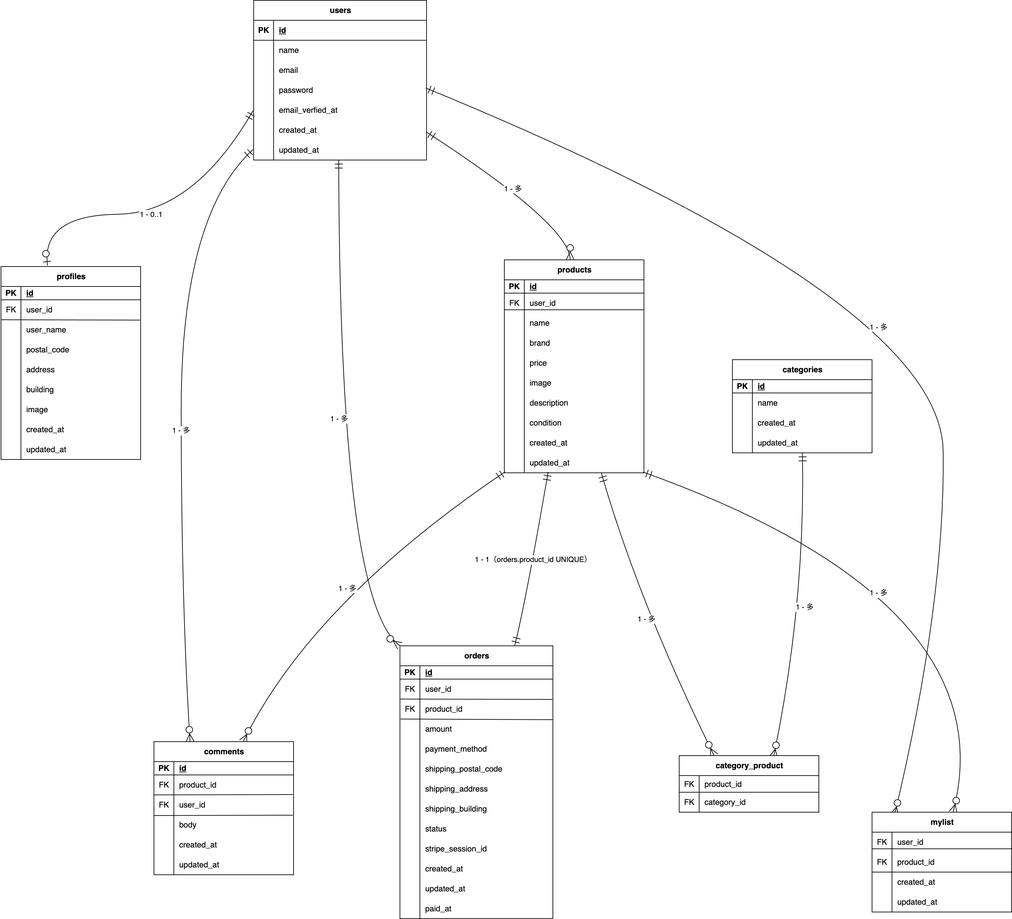
This is er.png from komanoakari/Practice-Project1, a draw.io export, as it was before one commit. Source tidied: cells renumbered, new cells last; positions are measured from the earlier drawing's top-left corner, leaving out a move shared by most shapes.
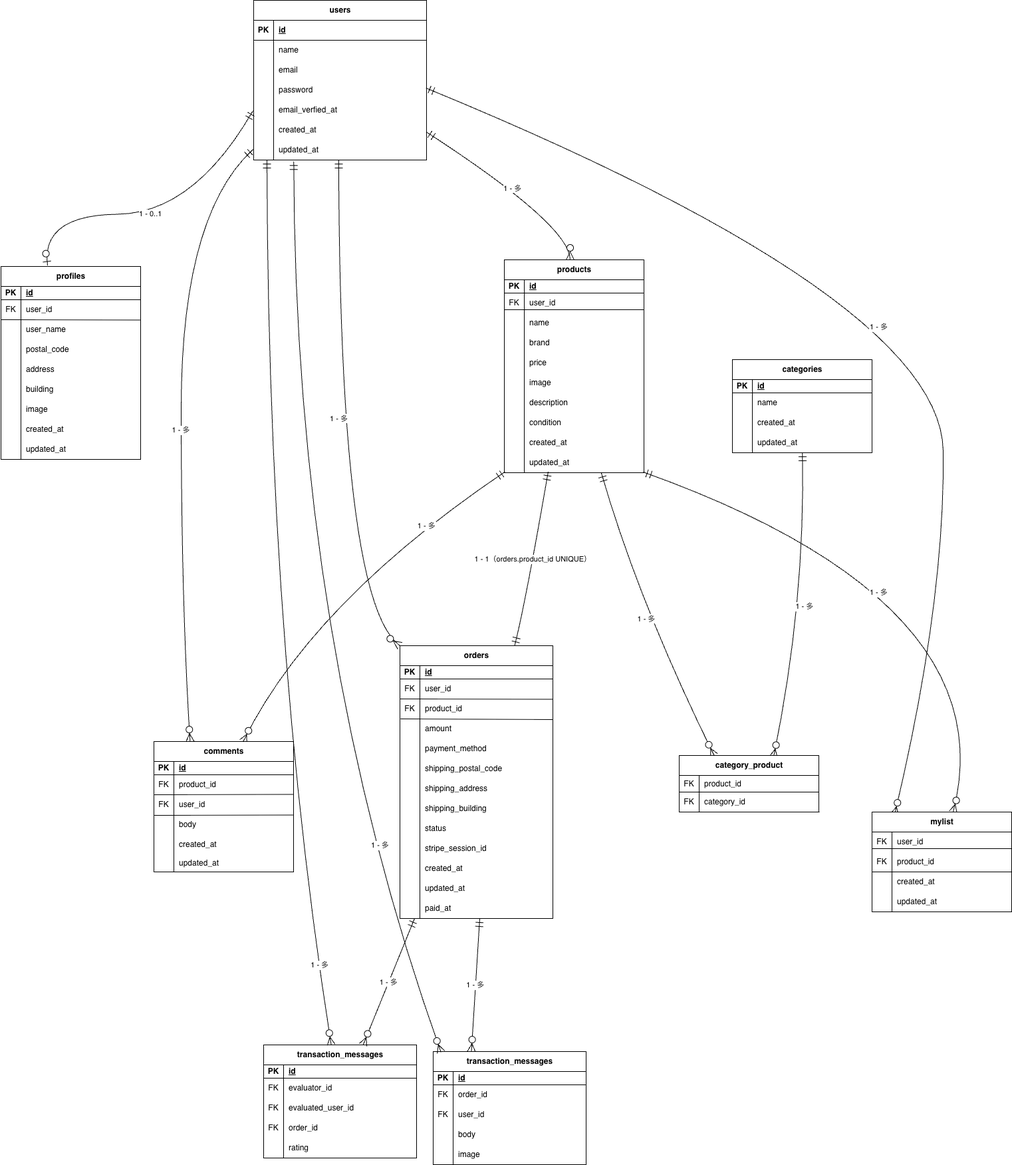
Above is the later version.

Change to the diagram source:
```diff
@@ -47,11 +47,12 @@
       </mxGeometry>
     </mxCell>
     <mxCell id="7" value="1 - 多" style="curved=1;startArrow=ERmandOne;startSize=10;endArrow=ERzeroToMany;endSize=10;exitX=0.005;exitY=0.95;entryX=0.83;entryY=0;rounded=0;exitDx=0;exitDy=0;exitPerimeter=0;" parent="1" edge="1" source="62">
-      <mxGeometry x="0.01" y="12" relative="1" as="geometry">
+      <mxGeometry x="-0.51" y="1" relative="1" as="geometry">
         <mxPoint x="364.3" y="1114" as="targetPoint" />
         <Array as="points">
           <mxPoint x="467" y="905" />
         </Array>
+        <mxPoint x="1" as="offset" />
       </mxGeometry>
     </mxCell>
     <mxCell id="8" value="1 - 1（orders.product_id UNIQUE）" style="curved=1;startArrow=ERmandOne;startSize=10;endArrow=ERmandOne;endSize=10;exitX=0.314;exitY=0.95;entryX=0.75;entryY=0;rounded=0;exitDx=0;exitDy=0;exitPerimeter=0;entryDx=0;entryDy=0;" parent="1" edge="1" source="62" target="90">
@@ -450,7 +451,7 @@
       </mxGeometry>
     </mxCell>
     <mxCell id="132" value="comments" style="shape=table;startSize=30;rowLines=0;fontStyle=1;align=center;html=1;" parent="1" vertex="1">
-      <mxGeometry x="230" y="1114" width="210" height="200" as="geometry" />
+      <mxGeometry x="230" y="1114" width="210" height="196" as="geometry" />
     </mxCell>
     <mxCell id="133" style="shape=tableRow;horizontal=0;startSize=0;swimlaneHead=0;swimlaneBody=0;fillColor=none;top=0;left=0;right=0;bottom=1;" parent="132" vertex="1">
       <mxGeometry y="30" width="210" height="20" as="geometry" />
@@ -498,13 +499,13 @@
       <mxGeometry x="30" width="180" height="30" as="geometry" />
     </mxCell>
     <mxCell id="148" style="shape=tableRow;horizontal=0;startSize=0;swimlaneHead=0;swimlaneBody=0;fillColor=none;top=0;left=0;right=0;bottom=0;" parent="132" vertex="1">
-      <mxGeometry y="170" width="210" height="30" as="geometry" />
+      <mxGeometry y="170" width="210" height="26" as="geometry" />
     </mxCell>
     <mxCell id="149" style="shape=partialRectangle;fillColor=none;top=0;left=0;bottom=0;right=0;overflow=hidden;whiteSpace=wrap;html=1;" parent="148" vertex="1">
-      <mxGeometry width="30" height="30" as="geometry" />
+      <mxGeometry width="30" height="26" as="geometry" />
     </mxCell>
     <mxCell id="150" value="updated_at" style="shape=partialRectangle;fillColor=none;top=0;left=0;bottom=0;right=0;align=left;spacingLeft=6;overflow=hidden;whiteSpace=wrap;html=1;" parent="148" vertex="1">
-      <mxGeometry x="30" width="180" height="30" as="geometry" />
+      <mxGeometry x="30" width="180" height="26" as="geometry" />
     </mxCell>
     <mxCell id="151" style="endArrow=none;html=1;rounded=0;entryX=0.995;entryY=0.183;entryDx=0;entryDy=0;entryPerimeter=0;" parent="1" edge="1">
       <mxGeometry relative="1" as="geometry">
@@ -646,5 +647,126 @@
     <mxCell id="194" value="updated_at" style="shape=partialRectangle;fillColor=none;top=0;left=0;bottom=0;right=0;align=left;spacingLeft=6;overflow=hidden;whiteSpace=wrap;html=1;" parent="192" vertex="1">
       <mxGeometry x="30" width="180" height="30" as="geometry" />
     </mxCell>
+    <mxCell id="195" value="transaction_messages" style="shape=table;startSize=30;rowLines=0;fontStyle=1;align=center;html=1;" parent="1" vertex="1">
+      <mxGeometry x="650" y="1580" width="230" height="170" as="geometry" />
+    </mxCell>
+    <mxCell id="196" style="shape=tableRow;horizontal=0;startSize=0;swimlaneHead=0;swimlaneBody=0;fillColor=none;top=0;left=0;right=0;bottom=1;" parent="195" vertex="1">
+      <mxGeometry y="30" width="230" height="20" as="geometry" />
+    </mxCell>
+    <mxCell id="197" value="PK" style="shape=partialRectangle;fillColor=none;top=0;left=0;bottom=0;right=0;fontStyle=1;overflow=hidden;whiteSpace=wrap;html=1;" parent="196" vertex="1">
+      <mxGeometry width="30" height="20" as="geometry" />
+    </mxCell>
+    <mxCell id="198" value="id" style="shape=partialRectangle;fillColor=none;top=0;left=0;bottom=0;right=0;align=left;spacingLeft=6;fontStyle=5;overflow=hidden;whiteSpace=wrap;html=1;" parent="196" vertex="1">
+      <mxGeometry x="30" width="200" height="20" as="geometry" />
+    </mxCell>
+    <mxCell id="199" style="shape=tableRow;horizontal=0;startSize=0;swimlaneHead=0;swimlaneBody=0;fillColor=none;top=0;left=0;right=0;bottom=0;" parent="195" vertex="1">
+      <mxGeometry y="50" width="230" height="30" as="geometry" />
+    </mxCell>
+    <mxCell id="200" value="FK" style="shape=partialRectangle;fillColor=none;top=0;left=0;bottom=0;right=0;overflow=hidden;whiteSpace=wrap;html=1;strokeWidth=2;perimeterSpacing=2;sketch=1;curveFitting=1;jiggle=2;fixedWidth=0;" parent="199" vertex="1">
+      <mxGeometry width="30" height="30" as="geometry" />
+    </mxCell>
+    <mxCell id="201" value="order_id" style="shape=partialRectangle;fillColor=none;top=0;left=0;bottom=0;right=0;align=left;spacingLeft=6;overflow=hidden;whiteSpace=wrap;html=1;strokeWidth=2;perimeterSpacing=2;sketch=1;curveFitting=1;jiggle=2;fixedWidth=0;" parent="199" vertex="1">
+      <mxGeometry x="30" width="200" height="30" as="geometry" />
+    </mxCell>
+    <mxCell id="202" style="shape=tableRow;horizontal=0;startSize=0;swimlaneHead=0;swimlaneBody=0;fillColor=none;top=0;left=0;right=0;bottom=0;" parent="195" vertex="1">
+      <mxGeometry y="80" width="230" height="30" as="geometry" />
+    </mxCell>
+    <mxCell id="203" value="FK" style="shape=partialRectangle;fillColor=none;top=0;left=0;bottom=0;right=0;overflow=hidden;whiteSpace=wrap;html=1;" parent="202" vertex="1">
+      <mxGeometry width="30" height="30" as="geometry" />
+    </mxCell>
+    <mxCell id="204" value="user_id" style="shape=partialRectangle;fillColor=none;top=0;left=0;bottom=0;right=0;align=left;spacingLeft=6;overflow=hidden;whiteSpace=wrap;html=1;" parent="202" vertex="1">
+      <mxGeometry x="30" width="200" height="30" as="geometry" />
+    </mxCell>
+    <mxCell id="205" style="shape=tableRow;horizontal=0;startSize=0;swimlaneHead=0;swimlaneBody=0;fillColor=none;top=0;left=0;right=0;bottom=0;" parent="195" vertex="1">
+      <mxGeometry y="110" width="230" height="30" as="geometry" />
+    </mxCell>
+    <mxCell id="206" style="shape=partialRectangle;fillColor=none;top=0;left=0;bottom=0;right=0;overflow=hidden;whiteSpace=wrap;html=1;" parent="205" vertex="1">
+      <mxGeometry width="30" height="30" as="geometry" />
+    </mxCell>
+    <mxCell id="207" value="body" style="shape=partialRectangle;fillColor=none;top=0;left=0;bottom=0;right=0;align=left;spacingLeft=6;overflow=hidden;whiteSpace=wrap;html=1;" parent="205" vertex="1">
+      <mxGeometry x="30" width="200" height="30" as="geometry" />
+    </mxCell>
+    <mxCell id="208" style="shape=tableRow;horizontal=0;startSize=0;swimlaneHead=0;swimlaneBody=0;fillColor=none;top=0;left=0;right=0;bottom=0;" parent="195" vertex="1">
+      <mxGeometry y="140" width="230" height="30" as="geometry" />
+    </mxCell>
+    <mxCell id="209" style="shape=partialRectangle;fillColor=none;top=0;left=0;bottom=0;right=0;overflow=hidden;whiteSpace=wrap;html=1;" parent="208" vertex="1">
+      <mxGeometry width="30" height="30" as="geometry" />
+    </mxCell>
+    <mxCell id="210" value="image" style="shape=partialRectangle;fillColor=none;top=0;left=0;bottom=0;right=0;align=left;spacingLeft=6;overflow=hidden;whiteSpace=wrap;html=1;" parent="208" vertex="1">
+      <mxGeometry x="30" width="200" height="30" as="geometry" />
+    </mxCell>
+    <mxCell id="211" value="1 - 多" style="curved=1;startArrow=ERmandOne;startSize=10;endArrow=ERzeroToMany;endSize=10;rounded=0;entryX=0.25;entryY=0;entryDx=0;entryDy=0;" parent="1" edge="1" target="195">
+      <mxGeometry relative="1" as="geometry">
+        <mxPoint x="720" y="1380" as="sourcePoint" />
+      </mxGeometry>
+    </mxCell>
+    <mxCell id="212" value="1 - 多" style="curved=1;startArrow=ERmandOne;startSize=10;endArrow=ERzeroToMany;endSize=10;entryX=0.051;entryY=0.006;rounded=0;exitX=0.232;exitY=1.078;exitDx=0;exitDy=0;exitPerimeter=0;entryDx=0;entryDy=0;entryPerimeter=0;" parent="1" edge="1" source="31" target="195">
+      <mxGeometry x="0.53" y="19" relative="1" as="geometry">
+        <Array as="points">
+          <mxPoint x="441" y="965" />
+        </Array>
+      </mxGeometry>
+    </mxCell>
+    <mxCell id="213" value="transaction_messages" style="shape=table;startSize=30;rowLines=0;fontStyle=1;align=center;html=1;" parent="1" vertex="1">
+      <mxGeometry x="395" y="1570" width="230" height="170" as="geometry" />
+    </mxCell>
+    <mxCell id="214" style="shape=tableRow;horizontal=0;startSize=0;swimlaneHead=0;swimlaneBody=0;fillColor=none;top=0;left=0;right=0;bottom=1;" parent="213" vertex="1">
+      <mxGeometry y="30" width="230" height="20" as="geometry" />
+    </mxCell>
+    <mxCell id="215" value="PK" style="shape=partialRectangle;fillColor=none;top=0;left=0;bottom=0;right=0;fontStyle=1;overflow=hidden;whiteSpace=wrap;html=1;" parent="214" vertex="1">
+      <mxGeometry width="30" height="20" as="geometry" />
+    </mxCell>
+    <mxCell id="216" value="id" style="shape=partialRectangle;fillColor=none;top=0;left=0;bottom=0;right=0;align=left;spacingLeft=6;fontStyle=5;overflow=hidden;whiteSpace=wrap;html=1;" parent="214" vertex="1">
+      <mxGeometry x="30" width="200" height="20" as="geometry" />
+    </mxCell>
+    <mxCell id="217" style="shape=tableRow;horizontal=0;startSize=0;swimlaneHead=0;swimlaneBody=0;fillColor=none;top=0;left=0;right=0;bottom=0;" parent="213" vertex="1">
+      <mxGeometry y="50" width="230" height="30" as="geometry" />
+    </mxCell>
+    <mxCell id="218" value="FK" style="shape=partialRectangle;fillColor=none;top=0;left=0;bottom=0;right=0;overflow=hidden;whiteSpace=wrap;html=1;strokeWidth=2;perimeterSpacing=2;sketch=1;curveFitting=1;jiggle=2;fixedWidth=0;" parent="217" vertex="1">
+      <mxGeometry width="30" height="30" as="geometry" />
+    </mxCell>
+    <mxCell id="219" value="evaluator_id" style="shape=partialRectangle;fillColor=none;top=0;left=0;bottom=0;right=0;align=left;spacingLeft=6;overflow=hidden;whiteSpace=wrap;html=1;strokeWidth=2;perimeterSpacing=2;sketch=1;curveFitting=1;jiggle=2;fixedWidth=0;" parent="217" vertex="1">
+      <mxGeometry x="30" width="200" height="30" as="geometry" />
+    </mxCell>
+    <mxCell id="220" style="shape=tableRow;horizontal=0;startSize=0;swimlaneHead=0;swimlaneBody=0;fillColor=none;top=0;left=0;right=0;bottom=0;" parent="213" vertex="1">
+      <mxGeometry y="80" width="230" height="30" as="geometry" />
+    </mxCell>
+    <mxCell id="221" value="FK" style="shape=partialRectangle;fillColor=none;top=0;left=0;bottom=0;right=0;overflow=hidden;whiteSpace=wrap;html=1;" parent="220" vertex="1">
+      <mxGeometry width="30" height="30" as="geometry" />
+    </mxCell>
+    <mxCell id="222" value="evaluated_user_id" style="shape=partialRectangle;fillColor=none;top=0;left=0;bottom=0;right=0;align=left;spacingLeft=6;overflow=hidden;whiteSpace=wrap;html=1;" parent="220" vertex="1">
+      <mxGeometry x="30" width="200" height="30" as="geometry" />
+    </mxCell>
+    <mxCell id="223" style="shape=tableRow;horizontal=0;startSize=0;swimlaneHead=0;swimlaneBody=0;fillColor=none;top=0;left=0;right=0;bottom=0;" parent="213" vertex="1">
+      <mxGeometry y="110" width="230" height="30" as="geometry" />
+    </mxCell>
+    <mxCell id="224" value="FK" style="shape=partialRectangle;fillColor=none;top=0;left=0;bottom=0;right=0;overflow=hidden;whiteSpace=wrap;html=1;" parent="223" vertex="1">
+      <mxGeometry width="30" height="30" as="geometry" />
+    </mxCell>
+    <mxCell id="225" value="order_id" style="shape=partialRectangle;fillColor=none;top=0;left=0;bottom=0;right=0;align=left;spacingLeft=6;overflow=hidden;whiteSpace=wrap;html=1;" parent="223" vertex="1">
+      <mxGeometry x="30" width="200" height="30" as="geometry" />
+    </mxCell>
+    <mxCell id="226" style="shape=tableRow;horizontal=0;startSize=0;swimlaneHead=0;swimlaneBody=0;fillColor=none;top=0;left=0;right=0;bottom=0;" parent="213" vertex="1">
+      <mxGeometry y="140" width="230" height="30" as="geometry" />
+    </mxCell>
+    <mxCell id="227" style="shape=partialRectangle;fillColor=none;top=0;left=0;bottom=0;right=0;overflow=hidden;whiteSpace=wrap;html=1;" parent="226" vertex="1">
+      <mxGeometry width="30" height="30" as="geometry" />
+    </mxCell>
+    <mxCell id="228" value="rating" style="shape=partialRectangle;fillColor=none;top=0;left=0;bottom=0;right=0;align=left;spacingLeft=6;overflow=hidden;whiteSpace=wrap;html=1;" parent="226" vertex="1">
+      <mxGeometry x="30" width="200" height="30" as="geometry" />
+    </mxCell>
+    <mxCell id="229" value="1 - 多" style="curved=1;startArrow=ERmandOne;startSize=10;endArrow=ERzeroToMany;endSize=10;rounded=0;" parent="1" edge="1" target="213">
+      <mxGeometry relative="1" as="geometry">
+        <mxPoint x="622" y="1380" as="sourcePoint" />
+      </mxGeometry>
+    </mxCell>
+    <mxCell id="230" value="1 - 多" style="curved=1;startArrow=ERmandOne;startSize=10;endArrow=ERzeroToMany;endSize=10;rounded=0;exitX=0.232;exitY=1.078;exitDx=0;exitDy=0;exitPerimeter=0;" parent="1" edge="1" target="213">
+      <mxGeometry x="0.82" y="2" relative="1" as="geometry">
+        <mxPoint x="400" y="240" as="sourcePoint" />
+        <Array as="points">
+          <mxPoint x="401" y="963" />
+        </Array>
+      </mxGeometry>
+    </mxCell>
   </root>
 </mxGraphModel>
```
